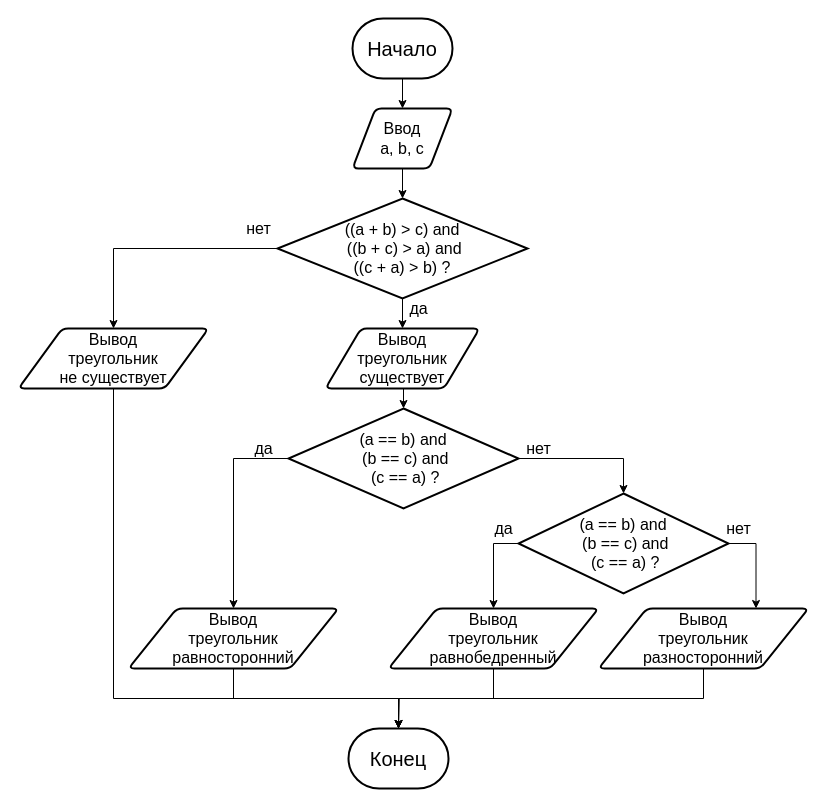
Before: les_1_task_6.drawio in nglaz0v/Python_Algorithms, a draw.io diagram. Source tidied: cells renumbered, new cells numbered last; positions are measured from the earlier drawing's top-left corner, leaving out a move shared by most shapes. Both pictures are drawn from the tidied source at 100%, with x=0, y=0 at pixel (18, 18).
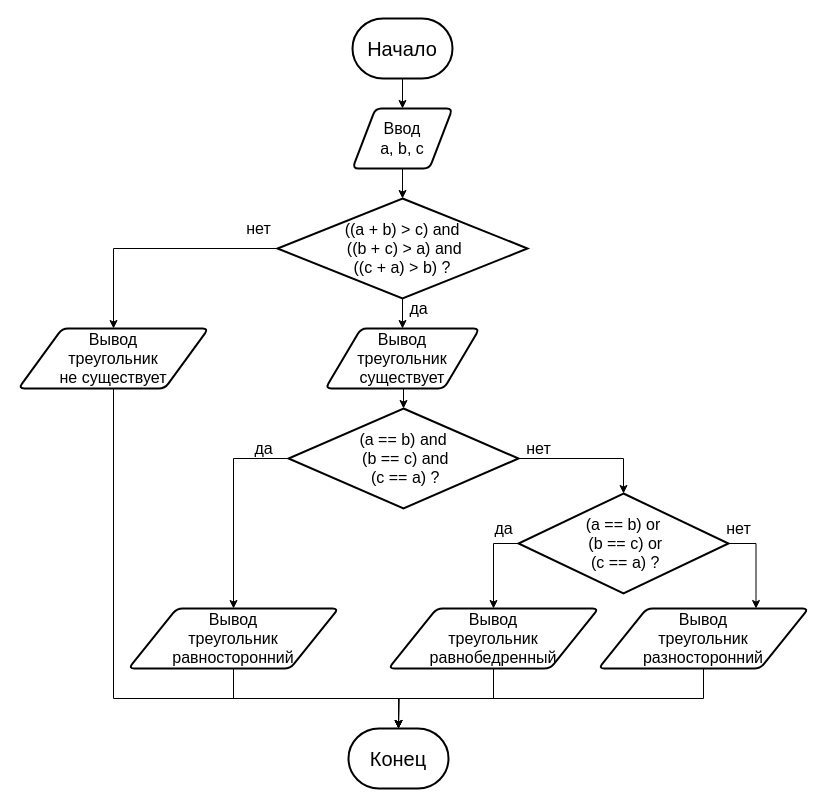
The same page after the edit.

Diff of the diagram source:
```diff
@@
-    <mxCell id="21" value="(a == b) and&lt;br&gt;&amp;nbsp;(b == c) and&lt;br&gt;&amp;nbsp;(c == a) ?" style="strokeWidth=2;html=1;shape=mxgraph.flowchart.decision;whiteSpace=wrap;fontSize=16;" parent="1" vertex="1">
+    <mxCell id="21" value="(a == b) or&lt;br&gt;&amp;nbsp;(b == c) or&lt;br&gt;&amp;nbsp;(c == a) ?" style="strokeWidth=2;html=1;shape=mxgraph.flowchart.decision;whiteSpace=wrap;fontSize=16;" parent="1" vertex="1">
       <mxGeometry x="500" y="475" width="210" height="100" as="geometry" />
     </mxCell>
```
